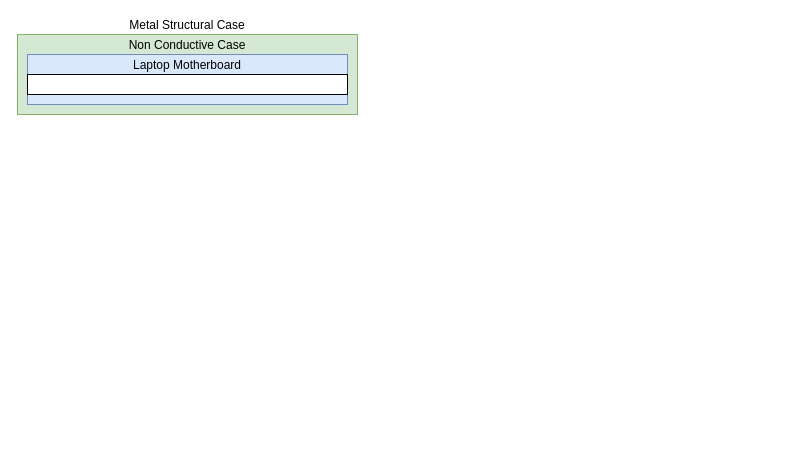
Earlier version of the draw.io diagram page "Hardware Brainstorm" (4 of 4) of Documents/Diagram.drawio (Ornithopter-Project/Base-Station). Source tidied: cells renumbered, new cells numbered last; positions are measured from the earlier drawing's top-left corner, leaving out a move shared by most shapes. Both pictures are drawn from the tidied source at 100%, with x=0, y=0 at pixel (17, 34).
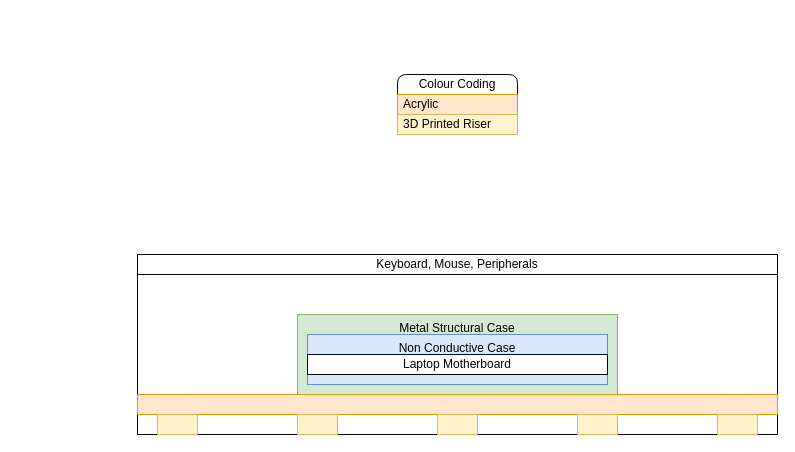
After the change.

Commit message:
Added Case motherboard mounting structure

What changed in the source:
```diff
@@
 <mxGraphModel>
   <root>
     <mxCell id="0" />
     <mxCell id="1" parent="0" />
+    <mxCell id="5" style="rounded=0;whiteSpace=wrap;html=1;" parent="1" vertex="1">
+      <mxGeometry x="120" y="220" width="640" height="180" as="geometry" />
+    </mxCell>
-    <mxCell id="2" value="Metal Structural Case" style="rounded=0;whiteSpace=wrap;html=1;fillColor=#d5e8d4;strokeColor=#82b366;labelPosition=center;verticalLabelPosition=top;align=center;verticalAlign=bottom;" parent="1" vertex="1">
-      <mxGeometry width="340" height="80" as="geometry" />
+    <mxCell id="2" value="Metal Structural Case" style="rounded=0;whiteSpace=wrap;html=1;fillColor=#d5e8d4;strokeColor=#82b366;labelPosition=center;verticalLabelPosition=middle;align=center;verticalAlign=top;" parent="5" vertex="1">
+      <mxGeometry x="160" y="60" width="320" height="80" as="geometry" />
     </mxCell>
-    <mxCell id="3" value="Non Conductive Case" style="rounded=0;whiteSpace=wrap;html=1;labelPosition=center;verticalLabelPosition=top;align=center;verticalAlign=bottom;fillColor=#dae8fc;strokeColor=#6c8ebf;" parent="1" vertex="1">
-      <mxGeometry x="10" y="20" width="320" height="50" as="geometry" />
+    <mxCell id="3" value="Non Conductive Case&lt;div&gt;&lt;br&gt;&lt;/div&gt;&lt;div&gt;&lt;br&gt;&lt;/div&gt;" style="rounded=0;whiteSpace=wrap;html=1;labelPosition=center;verticalLabelPosition=middle;align=center;verticalAlign=top;fillColor=#dae8fc;strokeColor=#6c8ebf;" parent="2" vertex="1">
+      <mxGeometry x="10" y="20" width="300" height="50" as="geometry" />
     </mxCell>
-    <mxCell id="4" value="Laptop Motherboard" style="rounded=0;whiteSpace=wrap;html=1;labelPosition=center;verticalLabelPosition=top;align=center;verticalAlign=bottom;" parent="1" vertex="1">
-      <mxGeometry x="10" y="40" width="320" height="20" as="geometry" />
+    <mxCell id="4" value="Laptop Motherboard" style="rounded=0;whiteSpace=wrap;html=1;labelPosition=center;verticalLabelPosition=middle;align=center;verticalAlign=middle;" parent="2" vertex="1">
+      <mxGeometry x="10" y="40" width="300" height="20" as="geometry" />
     </mxCell>
+    <mxCell id="6" style="rounded=0;whiteSpace=wrap;html=1;fillColor=#ffe6cc;strokeColor=#d79b00;" parent="5" vertex="1">
+      <mxGeometry y="140" width="640" height="20" as="geometry" />
+    </mxCell>
+    <mxCell id="7" style="rounded=0;whiteSpace=wrap;html=1;fillColor=#fff2cc;strokeColor=#d6b656;" parent="5" vertex="1">
+      <mxGeometry x="20" y="160" width="40" height="20" as="geometry" />
+    </mxCell>
+    <mxCell id="8" style="rounded=0;whiteSpace=wrap;html=1;fillColor=#fff2cc;strokeColor=#d6b656;" parent="5" vertex="1">
+      <mxGeometry x="160" y="160" width="40" height="20" as="geometry" />
+    </mxCell>
+    <mxCell id="9" style="rounded=0;whiteSpace=wrap;html=1;fillColor=#fff2cc;strokeColor=#d6b656;" parent="5" vertex="1">
+      <mxGeometry x="300" y="160" width="40" height="20" as="geometry" />
+    </mxCell>
+    <mxCell id="10" style="rounded=0;whiteSpace=wrap;html=1;fillColor=#fff2cc;strokeColor=#d6b656;" parent="5" vertex="1">
+      <mxGeometry x="580" y="160" width="40" height="20" as="geometry" />
+    </mxCell>
+    <mxCell id="11" style="rounded=0;whiteSpace=wrap;html=1;fillColor=#fff2cc;strokeColor=#d6b656;" parent="5" vertex="1">
+      <mxGeometry x="440" y="160" width="40" height="20" as="geometry" />
+    </mxCell>
+    <mxCell id="12" value="Keyboard, Mouse, Peripherals" style="rounded=0;whiteSpace=wrap;html=1;" parent="5" vertex="1">
+      <mxGeometry width="640" height="20" as="geometry" />
+    </mxCell>
+    <mxCell id="13" value="Colour Coding" style="swimlane;fontStyle=0;horizontal=1;startSize=20;whiteSpace=wrap;html=1;rounded=1;" parent="1" vertex="1">
+      <mxGeometry x="380" y="40" width="120" height="60" as="geometry" />
+    </mxCell>
+    <mxCell id="14" value="Acrylic" style="text;strokeColor=#d79b00;fillColor=#ffe6cc;align=left;verticalAlign=middle;spacingLeft=4;spacingRight=4;overflow=hidden;whiteSpace=wrap;html=1;" parent="13" vertex="1">
+      <mxGeometry y="20" width="120" height="20" as="geometry" />
+    </mxCell>
+    <mxCell id="15" value="3D Printed Riser" style="text;strokeColor=#d6b656;fillColor=#fff2cc;align=left;verticalAlign=middle;spacingLeft=4;spacingRight=4;overflow=hidden;whiteSpace=wrap;html=1;" parent="13" vertex="1">
+      <mxGeometry y="40" width="120" height="20" as="geometry" />
+    </mxCell>
   </root>
 </mxGraphModel>
```
